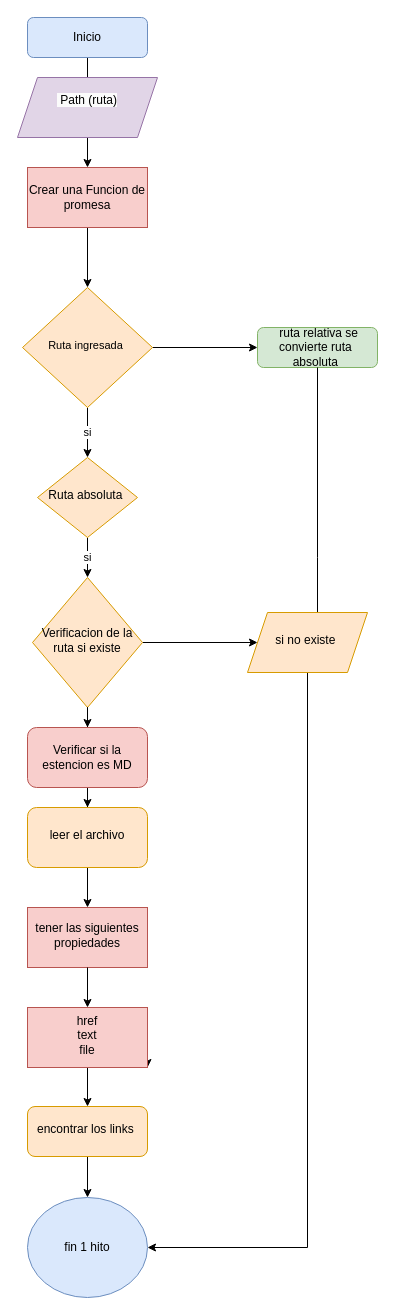
Above: docs/Diagrama de flujo.drawio in 102016/DEV010-md-links (draw.io), before the change. Source tidied: cells renumbered, new cells numbered last; positions are measured from the earlier drawing's top-left corner, leaving out a move shared by most shapes. Both pictures are drawn from the tidied source at 100%, with x=0, y=0 at pixel (17, 17).
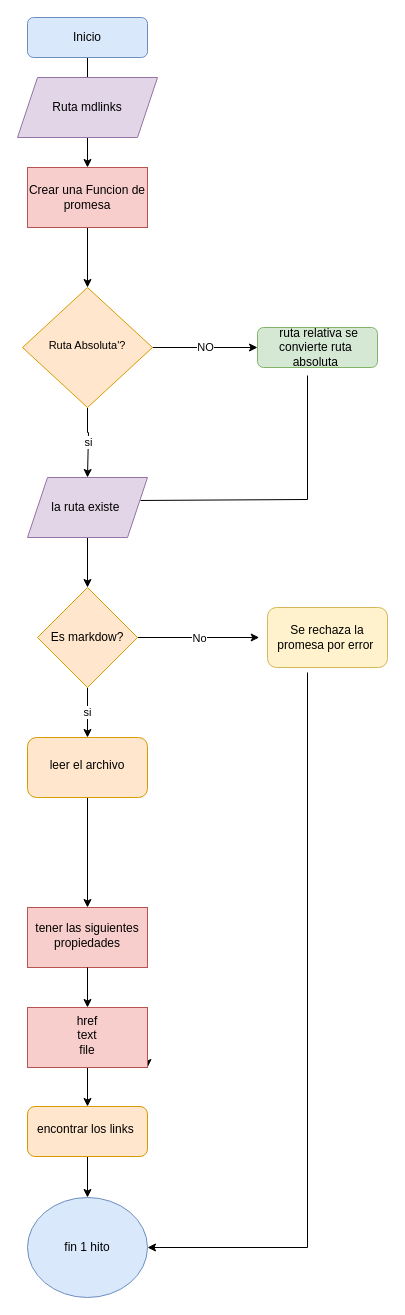
Above is the later version.

The change refers to these unchanged cells:
```xml
<mxCell id="9" value="&amp;nbsp;ruta relativa se convierte ruta&amp;nbsp; absoluta&amp;nbsp;" style="rounded=1;whiteSpace=wrap;html=1;fontSize=12;glass=0;strokeWidth=1;shadow=0;fillColor=#d5e8d4;strokeColor=#82b366;" parent="1" vertex="1">
  <mxGeometry x="240" y="310" width="120" height="40" as="geometry" />
</mxCell>
<mxCell id="22" value="fin 1 hito" style="ellipse;whiteSpace=wrap;html=1;fillColor=#dae8fc;strokeColor=#6c8ebf;" parent="1" vertex="1">
  <mxGeometry x="10" y="1180" width="120" height="100" as="geometry" />
</mxCell>
```

Change to the diagram source:
```diff
@@
-    <mxCell id="4" value="si" style="edgeStyle=orthogonalEdgeStyle;rounded=0;jettySize=auto;html=1;" parent="1" edge="1" source="5" target="14">
-      <mxGeometry relative="1" as="geometry">
-        <Array as="points">
-          <mxPoint x="70" y="580" />
-          <mxPoint x="70" y="580" />
-        </Array>
-      </mxGeometry>
-    </mxCell>
-    <mxCell id="5" value="Ruta absoluta&amp;nbsp;" style="rhombus;whiteSpace=wrap;html=1;shadow=0;fontFamily=Helvetica;fontSize=12;align=center;strokeWidth=1;spacing=6;spacingTop=-4;fillColor=#ffe6cc;strokeColor=#d79b00;" parent="1" vertex="1">
-      <mxGeometry x="20" y="440" width="100" height="80" as="geometry" />
-    </mxCell>
-    <mxCell id="6" value="si" style="edgeStyle=orthogonalEdgeStyle;rounded=0;jettySize=auto;html=1;" parent="1" edge="1" source="8" target="5">
-      <mxGeometry relative="1" as="geometry" />
+    <mxCell id="6" value="si" style="edgeStyle=orthogonalEdgeStyle;rounded=0;jettySize=auto;html=1;entryX=0.5;entryY=0;entryDx=0;entryDy=0;" parent="1" edge="1" source="8" target="35">
+      <mxGeometry relative="1" as="geometry">
+        <Array as="points">
+          <mxPoint x="70" y="415" />
+          <mxPoint x="71" y="415" />
+        </Array>
+      </mxGeometry>
     </mxCell>
-    <mxCell id="7" style="edgeStyle=orthogonalEdgeStyle;rounded=0;jettySize=auto;html=1;" parent="1" edge="1" source="8" target="9">
+    <mxCell id="7" value="NO" style="edgeStyle=orthogonalEdgeStyle;rounded=0;jettySize=auto;html=1;" parent="1" edge="1" source="8" target="9">
       <mxGeometry relative="1" as="geometry" />
     </mxCell>
-    <mxCell id="8" value="&lt;span style=&quot;font-size: 11px;&quot;&gt;Ruta ingresada&amp;nbsp;&lt;/span&gt;" style="rhombus;whiteSpace=wrap;html=1;shadow=0;fontFamily=Helvetica;fontSize=12;align=center;strokeWidth=1;spacing=6;spacingTop=-4;fillColor=#ffe6cc;strokeColor=#d79b00;" parent="1" vertex="1">
+    <mxCell id="8" value="&lt;span style=&quot;font-size: 11px;&quot;&gt;Ruta Absoluta'?&lt;/span&gt;" style="rhombus;whiteSpace=wrap;html=1;shadow=0;fontFamily=Helvetica;fontSize=12;align=center;strokeWidth=1;spacing=6;spacingTop=-4;fillColor=#ffe6cc;strokeColor=#d79b00;" parent="1" vertex="1">
       <mxGeometry x="5" y="270" width="130" height="120" as="geometry" />
     </mxCell>
@@
-    <mxCell id="12" style="edgeStyle=orthogonalEdgeStyle;rounded=0;jettySize=auto;html=1;" parent="1" edge="1" source="27" target="19">
-      <mxGeometry relative="1" as="geometry" />
+    <mxCell id="12" style="edgeStyle=orthogonalEdgeStyle;rounded=0;jettySize=auto;html=1;" parent="1" edge="1" target="19">
+      <mxGeometry relative="1" as="geometry">
+        <mxPoint x="70" y="770" as="sourcePoint" />
+      </mxGeometry>
     </mxCell>
-    <mxCell id="13" style="edgeStyle=orthogonalEdgeStyle;rounded=0;jettySize=auto;html=1;" parent="1" edge="1" source="14" target="25">
-      <mxGeometry relative="1" as="geometry" />
-    </mxCell>
-    <mxCell id="14" value="Verificacion de la ruta si existe" style="rhombus;whiteSpace=wrap;html=1;shadow=0;strokeWidth=1;spacing=6;spacingTop=-4;fillColor=#ffe6cc;strokeColor=#d79b00;" parent="1" vertex="1">
-      <mxGeometry x="15" y="560" width="110" height="130" as="geometry" />
-    </mxCell>
@@
-    <mxCell id="17" value="&#10;&lt;span style=&quot;color: rgb(0, 0, 0); font-family: Helvetica; font-size: 12px; font-style: normal; font-variant-ligatures: normal; font-variant-caps: normal; font-weight: 400; letter-spacing: normal; orphans: 2; text-align: center; text-indent: 0px; text-transform: none; widows: 2; word-spacing: 0px; -webkit-text-stroke-width: 0px; background-color: rgb(251, 251, 251); text-decoration-thickness: initial; text-decoration-style: initial; text-decoration-color: initial; float: none; display: inline !important;&quot;&gt;&amp;nbsp;Path (ruta)&lt;/span&gt;&#10;&#10;" style="shape=parallelogram;perimeter=parallelogramPerimeter;whiteSpace=wrap;html=1;fixedSize=1;fillColor=#e1d5e7;strokeColor=#9673a6;" parent="1" vertex="1">
+    <mxCell id="17" value="Ruta&amp;nbsp;mdlinks" style="shape=parallelogram;perimeter=parallelogramPerimeter;whiteSpace=wrap;html=1;fixedSize=1;fillColor=#e1d5e7;strokeColor=#9673a6;" parent="1" vertex="1">
       <mxGeometry y="60" width="140" height="60" as="geometry" />
     </mxCell>
@@
     <mxCell id="19" value="leer el archivo" style="rounded=1;whiteSpace=wrap;html=1;shadow=0;strokeWidth=1;spacing=6;spacingTop=-4;fillColor=#ffe6cc;strokeColor=#d79b00;" parent="1" vertex="1">
-      <mxGeometry x="10" y="790" width="120" height="60" as="geometry" />
+      <mxGeometry x="10" y="720" width="120" height="60" as="geometry" />
     </mxCell>
@@
-    <mxCell id="23" style="endArrow=none;html=1;rounded=0;entryX=0.5;entryY=1;entryDx=0;entryDy=0;" parent="1" edge="1" target="9">
-      <mxGeometry relative="1" as="geometry">
-        <mxPoint x="300" y="630" as="sourcePoint" />
-        <Array as="points">
-          <mxPoint x="300" y="540" />
-        </Array>
-      </mxGeometry>
-    </mxCell>
-    <mxCell id="24" style="edgeStyle=orthogonalEdgeStyle;rounded=0;jettySize=auto;html=1;entryX=1;entryY=0.5;entryDx=0;entryDy=0;" parent="1" edge="1" source="25" target="22">
+    <mxCell id="24" style="edgeStyle=orthogonalEdgeStyle;rounded=0;jettySize=auto;html=1;entryX=1;entryY=0.5;entryDx=0;entryDy=0;" parent="1" edge="1" target="22">
       <mxGeometry relative="1" as="geometry">
+        <mxPoint x="290" y="655" as="sourcePoint" />
         <Array as="points">
           <mxPoint x="290" y="1230" />
         </Array>
       </mxGeometry>
     </mxCell>
-    <mxCell id="25" value="si no existe&amp;nbsp;" style="shape=parallelogram;perimeter=parallelogramPerimeter;whiteSpace=wrap;html=1;fixedSize=1;fillColor=#ffe6cc;strokeColor=#d79b00;shadow=0;strokeWidth=1;spacing=6;spacingTop=-4;" parent="1" vertex="1">
-      <mxGeometry x="230" y="595" width="120" height="60" as="geometry" />
-    </mxCell>
-    <mxCell id="26" style="edgeStyle=orthogonalEdgeStyle;rounded=0;jettySize=auto;html=1;" parent="1" edge="1" source="14" target="27">
-      <mxGeometry relative="1" as="geometry" />
-    </mxCell>
-    <mxCell id="27" value="Verificar si la estencion es MD" style="rounded=1;whiteSpace=wrap;html=1;fillColor=#f8cecc;strokeColor=#b85450;" parent="1" vertex="1">
-      <mxGeometry x="10" y="710" width="120" height="60" as="geometry" />
-    </mxCell>
@@
+    <mxCell id="4" value="si" style="edgeStyle=orthogonalEdgeStyle;rounded=0;jettySize=auto;html=1;" parent="1" edge="1" source="33" target="19">
+      <mxGeometry relative="1" as="geometry" />
+    </mxCell>
+    <mxCell id="31" style="edgeStyle=orthogonalEdgeStyle;rounded=0;jettySize=auto;html=1;" parent="1" edge="1" source="33">
+      <mxGeometry relative="1" as="geometry">
+        <mxPoint x="241.7" y="620" as="targetPoint" />
+        <Array as="points">
+          <mxPoint x="180" y="620" />
+          <mxPoint x="180" y="620" />
+        </Array>
+      </mxGeometry>
+    </mxCell>
+    <mxCell id="32" value="No" style="edgeLabel;html=1;align=center;verticalAlign=middle;" parent="31" vertex="1">
+      <mxGeometry relative="1" as="geometry" />
+    </mxCell>
+    <mxCell id="33" value="Es markdow?" style="rhombus;whiteSpace=wrap;html=1;fillColor=#ffe6cc;strokeColor=#d79b00;" parent="1" vertex="1">
+      <mxGeometry x="20" y="570" width="100" height="100" as="geometry" />
+    </mxCell>
+    <mxCell id="34" style="edgeStyle=orthogonalEdgeStyle;rounded=0;jettySize=auto;html=1;" parent="1" edge="1" source="35" target="33">
+      <mxGeometry relative="1" as="geometry" />
+    </mxCell>
+    <mxCell id="35" value="la ruta existe&amp;nbsp;" style="shape=parallelogram;perimeter=parallelogramPerimeter;whiteSpace=wrap;html=1;fixedSize=1;fillColor=#e1d5e7;strokeColor=#9673a6;" parent="1" vertex="1">
+      <mxGeometry x="10" y="460" width="120" height="60" as="geometry" />
+    </mxCell>
+    <mxCell id="36" style="endArrow=none;html=1;rounded=0;exitX=0.942;exitY=0.383;exitDx=0;exitDy=0;exitPerimeter=0;" parent="1" edge="1" source="35">
+      <mxGeometry relative="1" as="geometry">
+        <mxPoint x="290" y="358" as="targetPoint" />
+        <Array as="points">
+          <mxPoint x="290" y="482" />
+        </Array>
+      </mxGeometry>
+    </mxCell>
+    <mxCell id="37" value="Se rechaza la promesa por error&amp;nbsp;" style="rounded=1;whiteSpace=wrap;html=1;fillColor=#fff2cc;strokeColor=#d6b656;" parent="1" vertex="1">
+      <mxGeometry x="250" y="590" width="120" height="60" as="geometry" />
+    </mxCell>
```
